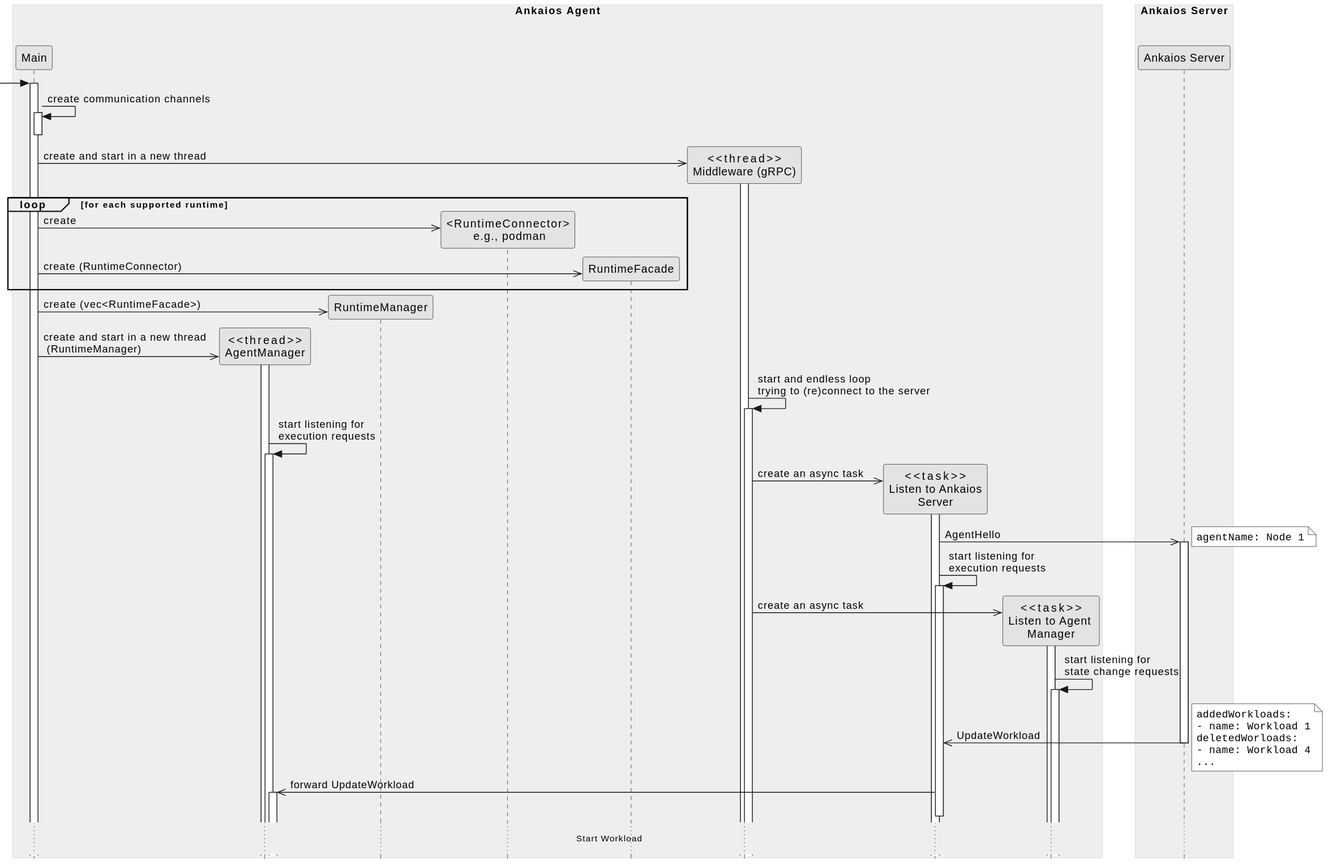
eclipse-ankaios/ankaios keeps this PlantUML diagram as agent/doc/swdesign/plantuml/seq_startup.svg. Above is the earlier version.
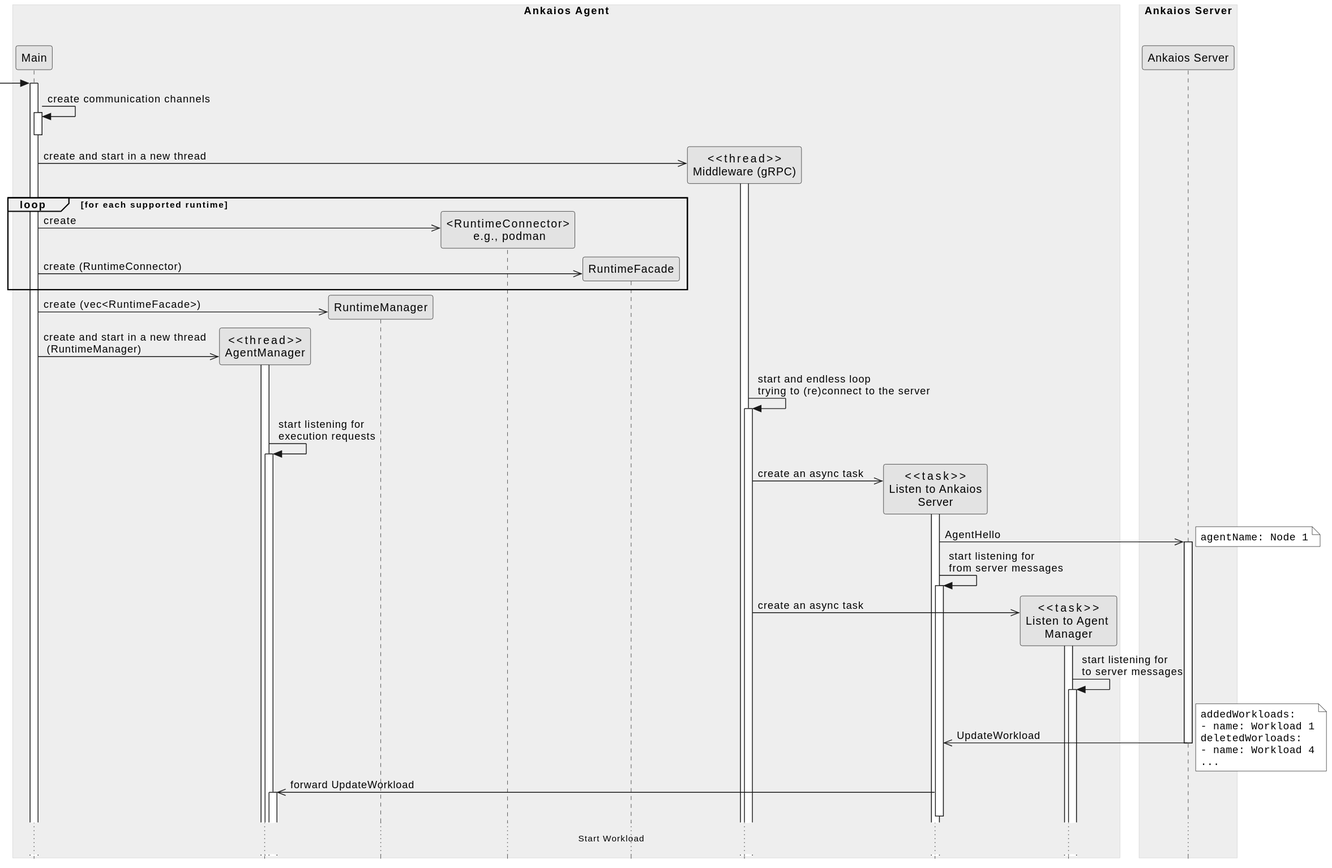
The same file after the commit.

Diff of the diagram source:
```diff
@@ -41,11 +41,11 @@
 note right
         ""agentName: Node 1""
 end note
-listen_to_server -> listen_to_server ++: start listening for \nexecution requests
+listen_to_server -> listen_to_server ++: start listening for \nfrom server messages
 
 grpc_client ->> listen_to_manager **: create an async task
 activate listen_to_manager
-listen_to_manager -> listen_to_manager ++: start listening for \nstate change requests
+listen_to_manager -> listen_to_manager ++: start listening for \nto server messages
 
 listen_to_server <<- server --: UpdateWorkload
 note right
```
